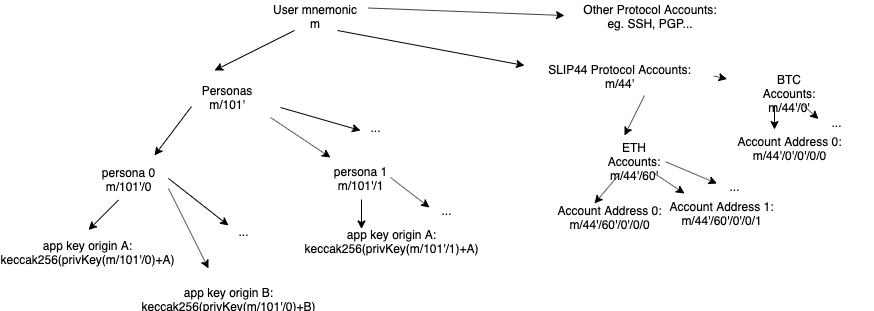
Bunjin/metamask-research keeps this draw.io diagram as HDtree.png. Above is the earlier version. Source tidied: cells renumbered, new cells last; positions are measured from the earlier drawing's top-left corner, leaving out a move shared by most shapes.
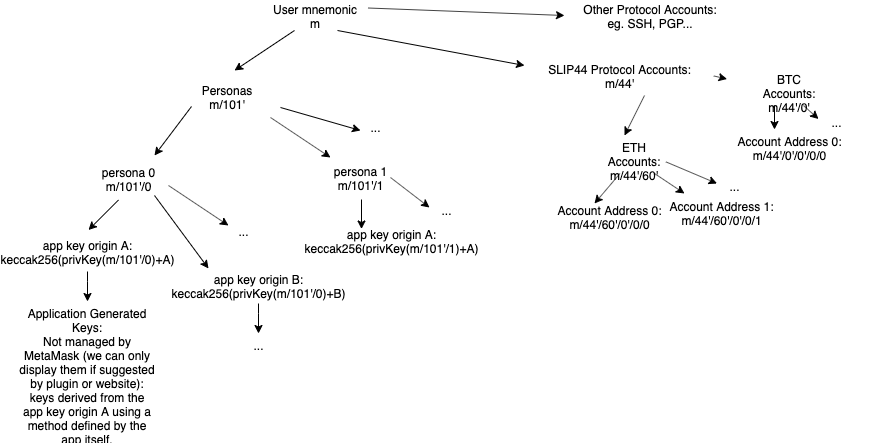
Above is the later version.

The edit, as a diff of the source:
```diff
@@ -8,7 +8,7 @@
     <mxCell id="3" style="endArrow=classic;html=1;" parent="1" edge="1">
       <mxGeometry relative="1" as="geometry">
         <mxPoint x="277" y="25" as="sourcePoint" />
-        <mxPoint x="197" y="65" as="targetPoint" />
+        <mxPoint x="217" y="65" as="targetPoint" />
       </mxGeometry>
     </mxCell>
     <mxCell id="4" value="Personas&lt;br&gt;m/101'" style="text;html=1;strokeColor=none;fillColor=none;align=center;verticalAlign=middle;whiteSpace=wrap;rounded=0;" parent="1" vertex="1">
@@ -22,9 +22,22 @@
     <mxCell id="6" value="persona 0&lt;br&gt;m/101'/0" style="text;html=1;strokeColor=none;fillColor=none;align=center;verticalAlign=middle;whiteSpace=wrap;rounded=0;" parent="1" vertex="1">
       <mxGeometry x="41" y="163" width="140" height="20" as="geometry" />
     </mxCell>
+    <mxCell id="39" style="edgeStyle=orthogonalEdgeStyle;rounded=0;orthogonalLoop=1;jettySize=auto;html=1;" parent="1" edge="1">
+      <mxGeometry relative="1" as="geometry">
+        <mxPoint x="70" y="266" as="sourcePoint" />
+        <mxPoint x="70" y="296" as="targetPoint" />
+        <Array as="points">
+          <mxPoint x="70" y="276" />
+          <mxPoint x="70" y="276" />
+        </Array>
+      </mxGeometry>
+    </mxCell>
     <mxCell id="7" value="app key origin A:&lt;br&gt;keccak256(privKey(m/101'/0)+A)" style="text;html=1;strokeColor=none;fillColor=none;align=center;verticalAlign=middle;whiteSpace=wrap;rounded=0;" parent="1" vertex="1">
       <mxGeometry y="236" width="140" height="20" as="geometry" />
     </mxCell>
+    <mxCell id="40" value="Application Generated Keys:&lt;br&gt;Not managed by MetaMask (we can only display them if suggested by plugin or website):&lt;br&gt;keys derived from the app key origin A using a method defined by the app itself." style="text;html=1;strokeColor=none;fillColor=none;align=center;verticalAlign=middle;whiteSpace=wrap;rounded=0;" parent="1" vertex="1">
+      <mxGeometry y="359" width="140" height="20" as="geometry" />
+    </mxCell>
     <mxCell id="8" style="endArrow=classic;html=1;" parent="1" edge="1">
       <mxGeometry relative="1" as="geometry">
         <mxPoint x="101" y="194.5" as="sourcePoint" />
@@ -33,12 +46,12 @@
     </mxCell>
     <mxCell id="9" style="endArrow=classic;html=1;" parent="1" edge="1">
       <mxGeometry relative="1" as="geometry">
-        <mxPoint x="151" y="183" as="sourcePoint" />
+        <mxPoint x="137" y="190" as="sourcePoint" />
         <mxPoint x="191" y="263" as="targetPoint" />
       </mxGeometry>
     </mxCell>
     <mxCell id="10" value="app key origin B:&lt;br&gt;keccak256(privKey(m/101'/0)+B)" style="text;html=1;strokeColor=none;fillColor=none;align=center;verticalAlign=middle;whiteSpace=wrap;rounded=0;" parent="1" vertex="1">
-      <mxGeometry x="141" y="283" width="140" height="20" as="geometry" />
+      <mxGeometry x="171" y="270" width="140" height="20" as="geometry" />
     </mxCell>
     <mxCell id="11" style="endArrow=classic;html=1;" parent="1" edge="1">
       <mxGeometry relative="1" as="geometry">
@@ -51,7 +64,7 @@
     </mxCell>
     <mxCell id="13" style="endArrow=classic;html=1;" parent="1" edge="1">
       <mxGeometry relative="1" as="geometry">
-        <mxPoint x="151" y="173" as="sourcePoint" />
+        <mxPoint x="151" y="180" as="sourcePoint" />
         <mxPoint x="211" y="220" as="targetPoint" />
       </mxGeometry>
     </mxCell>
@@ -165,5 +178,18 @@
     <mxCell id="38" value="Other Protocol Accounts:&lt;br&gt;eg. SSH, PGP..." style="text;html=1;strokeColor=none;fillColor=none;align=center;verticalAlign=middle;whiteSpace=wrap;rounded=0;" parent="1" vertex="1">
       <mxGeometry x="547.5" width="169" height="20" as="geometry" />
     </mxCell>
+    <mxCell id="41" style="edgeStyle=orthogonalEdgeStyle;rounded=0;orthogonalLoop=1;jettySize=auto;html=1;" parent="1" edge="1">
+      <mxGeometry relative="1" as="geometry">
+        <mxPoint x="241" y="298" as="sourcePoint" />
+        <mxPoint x="241" y="328" as="targetPoint" />
+        <Array as="points">
+          <mxPoint x="241" y="308" />
+          <mxPoint x="241" y="308" />
+        </Array>
+      </mxGeometry>
+    </mxCell>
+    <mxCell id="42" value="..." style="text;html=1;strokeColor=none;fillColor=none;align=center;verticalAlign=middle;whiteSpace=wrap;rounded=0;" parent="1" vertex="1">
+      <mxGeometry x="171" y="330" width="140" height="20" as="geometry" />
+    </mxCell>
   </root>
 </mxGraphModel>
```
